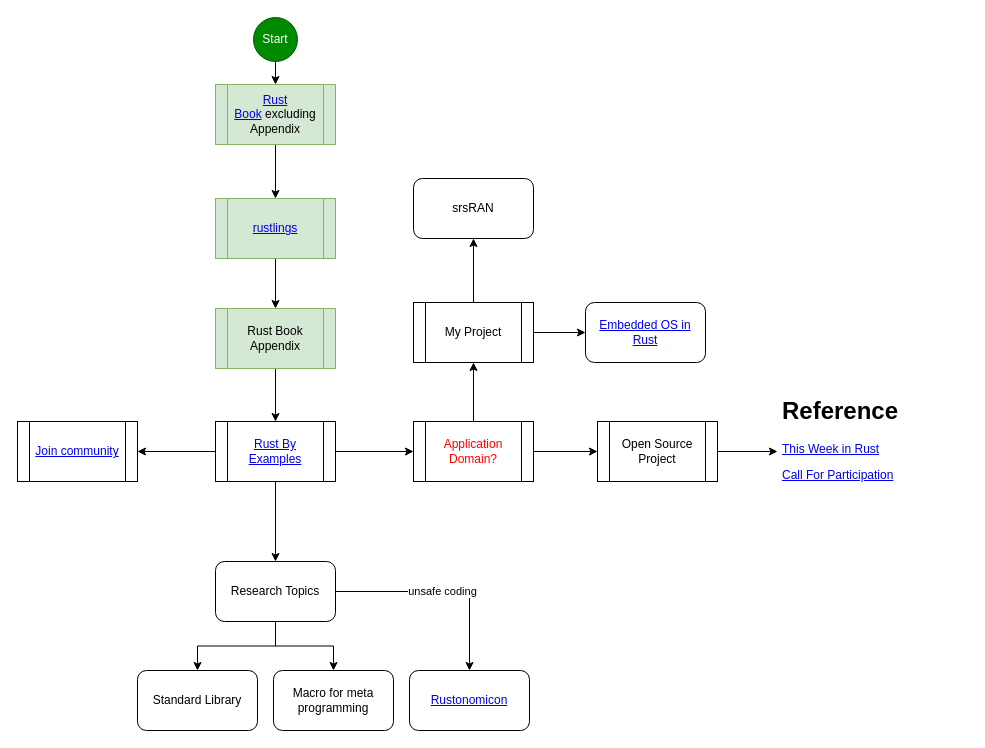
Earlier version of the draw.io diagram learning_roadmap.drawio (gftea/rust_lang_notes). Source tidied: cells renumbered, new cells numbered last; positions are measured from the earlier drawing's top-left corner, leaving out a move shared by most shapes. Both pictures are drawn from the tidied source at 100%, with x=0, y=0 at pixel (17, 17).
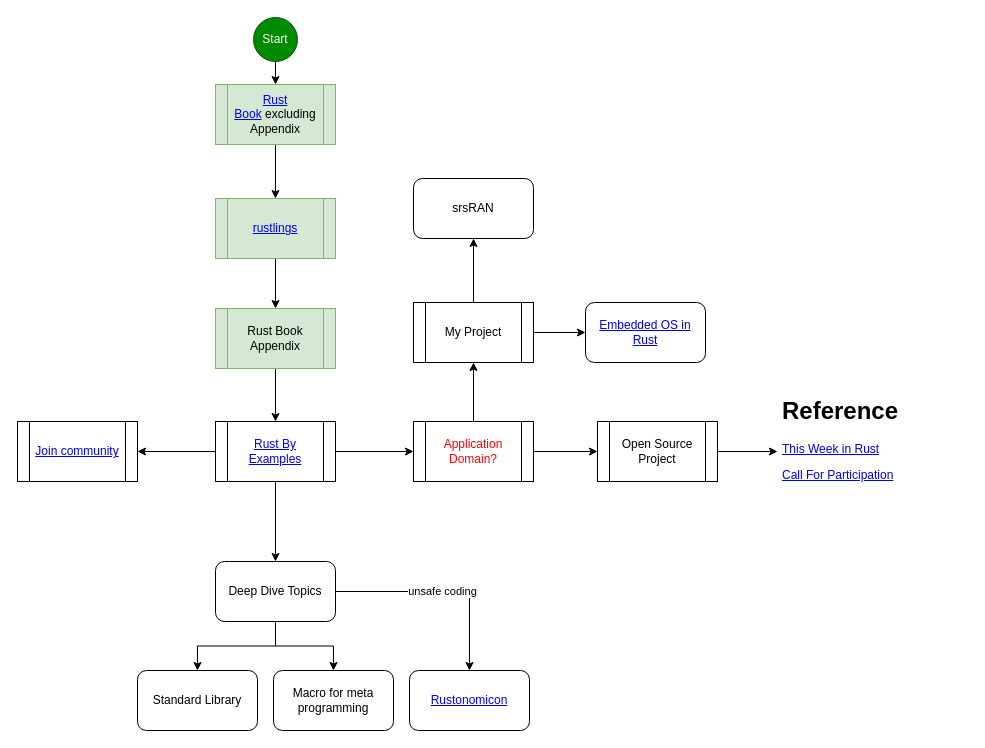
The same page after the edit.

Diff of the diagram source:
```diff
@@
-    <mxCell id="26" value="Research Topics" style="rounded=1;whiteSpace=wrap;html=1;" parent="1" vertex="1">
+    <mxCell id="26" value="Deep Dive Topics" style="rounded=1;whiteSpace=wrap;html=1;" parent="1" vertex="1">
       <mxGeometry x="198" y="544" width="120" height="60" as="geometry" />
     </mxCell>
```
